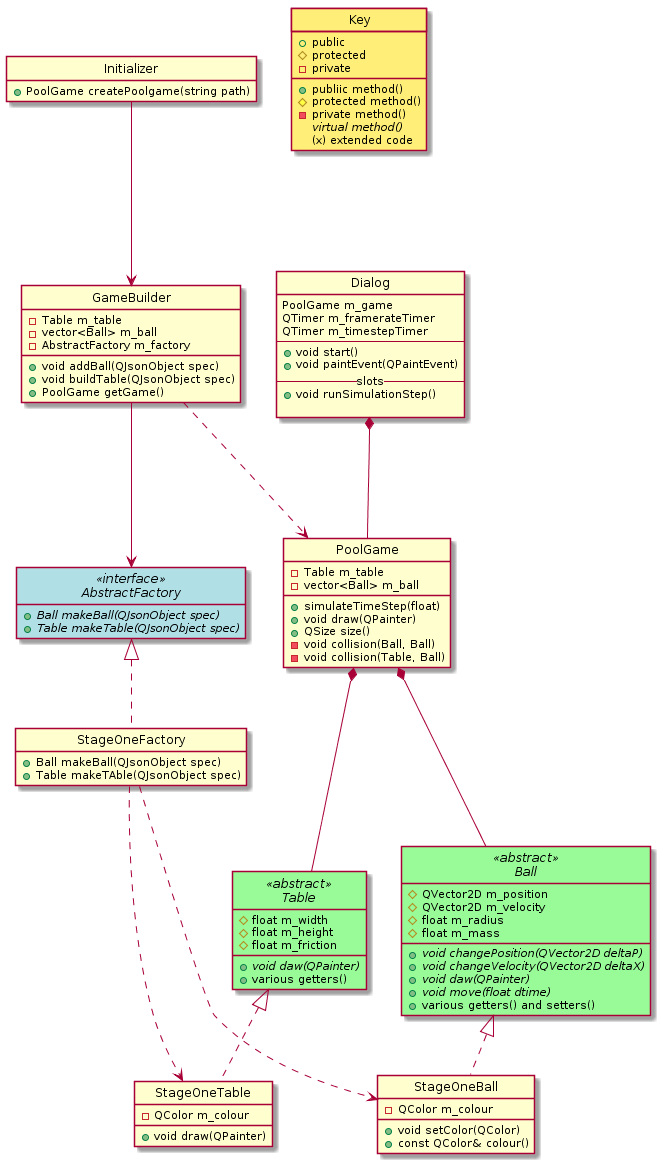
The PlantUML diagram class.png in KittenHero/QtPoolGame, before a commit.
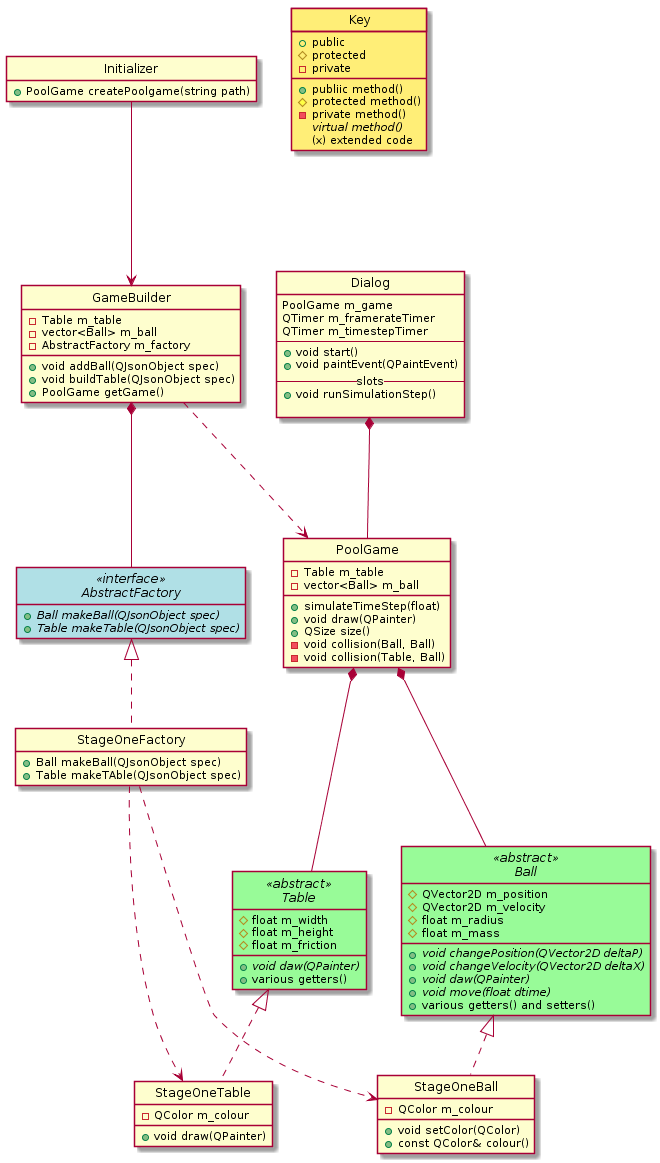
The same file after the commit.

Commit message:
game builder HAS an abstract factory

What changed in the source:
```diff
@@ -83,7 +83,7 @@
 
 Initializer     --->    GameBuilder
 
-GameBuilder     --->    AbstractFactory
+GameBuilder     *---    AbstractFactory
 GameBuilder     ...>    PoolGame
 
 Dialog          *---    PoolGame
```
